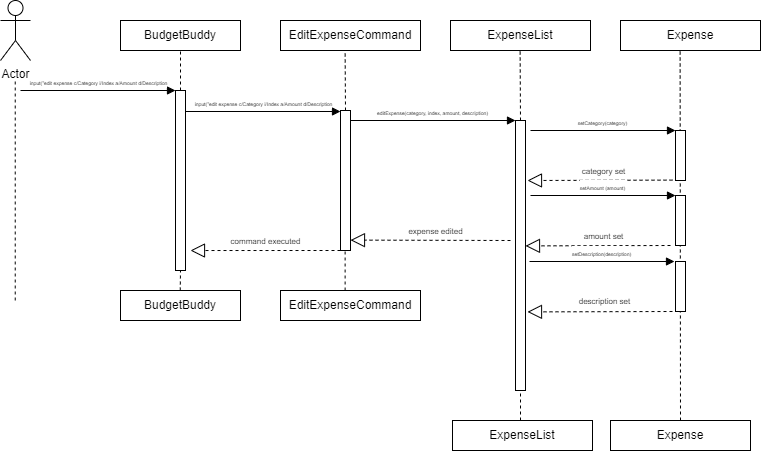
Before: docs/diagrams/EditExpenseDiagram.drawio.png, a diagram exported from draw.io (jasraa/tp). Source tidied: cells renumbered, new cells last; positions are measured from the earlier drawing's top-left corner, leaving out a move shared by most shapes. Its diagram source:
```xml
<mxGraphModel>
  <root>
    <mxCell id="0" />
    <mxCell id="1" parent="0" />
    <mxCell id="2" style="endArrow=none;dashed=1;html=1;rounded=0;exitX=0.5;exitY=0;exitDx=0;exitDy=0;" parent="1" edge="1" source="28">
      <mxGeometry relative="1" as="geometry">
        <mxPoint x="679.6" y="50" as="targetPoint" />
      </mxGeometry>
    </mxCell>
    <mxCell id="3" value="Actor" style="shape=umlActor;verticalLabelPosition=bottom;verticalAlign=top;html=1;" parent="1" vertex="1">
      <mxGeometry width="30" height="60" as="geometry" />
    </mxCell>
    <mxCell id="4" value="BudgetBuddy" style="rounded=0;whiteSpace=wrap;html=1;" parent="1" vertex="1">
      <mxGeometry x="120" y="20" width="120" height="30" as="geometry" />
    </mxCell>
    <mxCell id="5" value="&lt;font style=&quot;font-size: 5px;&quot;&gt;input(&quot;edit expense c/Category i/Index a/Amount d/Description&lt;/font&gt;" style="html=1;verticalAlign=bottom;endArrow=block;curved=0;rounded=0;" parent="1" edge="1">
      <mxGeometry relative="1" as="geometry">
        <mxPoint x="20" y="90" as="sourcePoint" />
        <mxPoint x="175" y="90" as="targetPoint" />
      </mxGeometry>
    </mxCell>
    <mxCell id="6" style="endArrow=none;dashed=1;html=1;rounded=0;" parent="1" edge="1">
      <mxGeometry relative="1" as="geometry">
        <mxPoint x="14.7" y="300" as="sourcePoint" />
        <mxPoint x="14.7" y="80" as="targetPoint" />
      </mxGeometry>
    </mxCell>
    <mxCell id="7" style="endArrow=none;dashed=1;html=1;rounded=0;exitX=0.5;exitY=0;exitDx=0;exitDy=0;" parent="1" edge="1" source="8">
      <mxGeometry relative="1" as="geometry">
        <mxPoint x="180" y="50" as="targetPoint" />
      </mxGeometry>
    </mxCell>
    <mxCell id="8" style="rounded=0;whiteSpace=wrap;html=1;" parent="1" vertex="1">
      <mxGeometry x="175" y="90" width="10" height="180" as="geometry" />
    </mxCell>
    <mxCell id="9" style="endArrow=none;dashed=1;html=1;rounded=0;" parent="1" edge="1">
      <mxGeometry relative="1" as="geometry">
        <mxPoint x="179.7" y="290" as="sourcePoint" />
        <mxPoint x="180" y="270" as="targetPoint" />
      </mxGeometry>
    </mxCell>
    <mxCell id="10" value="BudgetBuddy" style="rounded=0;whiteSpace=wrap;html=1;" parent="1" vertex="1">
      <mxGeometry x="120" y="290" width="120" height="30" as="geometry" />
    </mxCell>
    <mxCell id="11" value="EditExpenseCommand" style="rounded=0;whiteSpace=wrap;html=1;" parent="1" vertex="1">
      <mxGeometry x="280" y="20" width="140" height="30" as="geometry" />
    </mxCell>
    <mxCell id="12" value="EditExpenseCommand" style="rounded=0;whiteSpace=wrap;html=1;" parent="1" vertex="1">
      <mxGeometry x="280" y="290" width="140" height="30" as="geometry" />
    </mxCell>
    <mxCell id="13" style="rounded=0;whiteSpace=wrap;html=1;" parent="1" vertex="1">
      <mxGeometry x="340" y="110" width="10" height="140" as="geometry" />
    </mxCell>
    <mxCell id="14" value="&lt;font style=&quot;font-size: 5px;&quot;&gt;input(&quot;edit expense c/Category i/Index a/Amount d/Description&lt;/font&gt;" style="html=1;verticalAlign=bottom;endArrow=block;curved=0;rounded=0;" parent="1" edge="1">
      <mxGeometry relative="1" as="geometry">
        <mxPoint x="185" y="111" as="sourcePoint" />
        <mxPoint x="340" y="111" as="targetPoint" />
      </mxGeometry>
    </mxCell>
    <mxCell id="15" style="endArrow=block;dashed=1;endFill=0;endSize=12;html=1;rounded=0;exitX=0;exitY=1;exitDx=0;exitDy=0;entryX=1.5;entryY=0.889;entryDx=0;entryDy=0;entryPerimeter=0;" parent="1" edge="1" source="13" target="8">
      <mxGeometry relative="1" as="geometry" />
    </mxCell>
    <mxCell id="16" value="&lt;font style=&quot;font-size: 8px;&quot;&gt;command executed&lt;/font&gt;" style="text;html=1;align=center;verticalAlign=middle;strokeColor=none;fillColor=none;" parent="1" vertex="1">
      <mxGeometry x="220" y="225" width="90" height="30" as="geometry" />
    </mxCell>
    <mxCell id="17" style="endArrow=none;dashed=1;html=1;rounded=0;exitX=0.5;exitY=0;exitDx=0;exitDy=0;" parent="1" edge="1" source="13">
      <mxGeometry relative="1" as="geometry">
        <mxPoint x="344.6" y="50" as="targetPoint" />
      </mxGeometry>
    </mxCell>
    <mxCell id="18" style="endArrow=none;dashed=1;html=1;rounded=0;exitX=0.5;exitY=0;exitDx=0;exitDy=0;" parent="1" edge="1">
      <mxGeometry relative="1" as="geometry">
        <mxPoint x="344.6" y="290" as="sourcePoint" />
        <mxPoint x="344.6" y="250" as="targetPoint" />
      </mxGeometry>
    </mxCell>
    <mxCell id="19" value="ExpenseList" style="rounded=0;whiteSpace=wrap;html=1;" parent="1" vertex="1">
      <mxGeometry x="450" y="20" width="140" height="30" as="geometry" />
    </mxCell>
    <mxCell id="20" value="ExpenseList" style="rounded=0;whiteSpace=wrap;html=1;" parent="1" vertex="1">
      <mxGeometry x="452" y="420" width="140" height="30" as="geometry" />
    </mxCell>
    <mxCell id="21" style="rounded=0;whiteSpace=wrap;html=1;" parent="1" vertex="1">
      <mxGeometry x="515" y="120" width="10" height="270" as="geometry" />
    </mxCell>
    <mxCell id="22" style="endArrow=none;dashed=1;html=1;rounded=0;exitX=0.5;exitY=0;exitDx=0;exitDy=0;" parent="1" edge="1" source="21">
      <mxGeometry relative="1" as="geometry">
        <mxPoint x="519.6" y="50" as="targetPoint" />
      </mxGeometry>
    </mxCell>
    <mxCell id="23" style="endArrow=none;dashed=1;html=1;rounded=0;exitX=0.5;exitY=0;exitDx=0;exitDy=0;" parent="1" edge="1">
      <mxGeometry relative="1" as="geometry">
        <mxPoint x="520" y="420" as="sourcePoint" />
        <mxPoint x="520" y="390" as="targetPoint" />
      </mxGeometry>
    </mxCell>
    <mxCell id="24" value="&lt;font style=&quot;font-size: 5px;&quot;&gt;editExpense(category, index, amount, description)&lt;/font&gt;" style="html=1;verticalAlign=bottom;endArrow=block;curved=0;rounded=0;" parent="1" edge="1">
      <mxGeometry relative="1" as="geometry">
        <mxPoint x="350" y="120" as="sourcePoint" />
        <mxPoint x="515" y="120" as="targetPoint" />
      </mxGeometry>
    </mxCell>
    <mxCell id="25" style="endArrow=block;dashed=1;endFill=0;endSize=12;html=1;rounded=0;entryX=1.5;entryY=0.889;entryDx=0;entryDy=0;entryPerimeter=0;" parent="1" edge="1">
      <mxGeometry relative="1" as="geometry">
        <mxPoint x="510" y="240" as="sourcePoint" />
        <mxPoint x="350" y="239.6" as="targetPoint" />
      </mxGeometry>
    </mxCell>
    <mxCell id="26" value="&lt;font style=&quot;font-size: 8px;&quot;&gt;expense edited&lt;/font&gt;" style="text;html=1;align=center;verticalAlign=middle;strokeColor=none;fillColor=none;" parent="1" vertex="1">
      <mxGeometry x="395" y="215" width="80" height="30" as="geometry" />
    </mxCell>
    <mxCell id="27" value="Expense" style="rounded=0;whiteSpace=wrap;html=1;" parent="1" vertex="1">
      <mxGeometry x="620" y="20" width="140" height="30" as="geometry" />
    </mxCell>
    <mxCell id="28" value="Expense" style="rounded=0;whiteSpace=wrap;html=1;" parent="1" vertex="1">
      <mxGeometry x="610" y="420" width="140" height="30" as="geometry" />
    </mxCell>
    <mxCell id="29" style="rounded=0;whiteSpace=wrap;html=1;" parent="1" vertex="1">
      <mxGeometry x="675" y="130" width="10" height="50" as="geometry" />
    </mxCell>
    <mxCell id="30" style="rounded=0;whiteSpace=wrap;html=1;" parent="1" vertex="1">
      <mxGeometry x="675" y="195" width="10" height="50" as="geometry" />
    </mxCell>
    <mxCell id="31" style="rounded=0;whiteSpace=wrap;html=1;" parent="1" vertex="1">
      <mxGeometry x="675" y="261" width="10" height="50" as="geometry" />
    </mxCell>
    <mxCell id="32" value="&lt;font style=&quot;font-size: 5px;&quot;&gt;setCategory(category)&lt;/font&gt;" style="html=1;verticalAlign=bottom;endArrow=block;curved=0;rounded=0;entryX=0;entryY=0;entryDx=0;entryDy=0;" parent="1" edge="1" target="29">
      <mxGeometry relative="1" as="geometry">
        <mxPoint x="530" y="130" as="sourcePoint" />
      </mxGeometry>
    </mxCell>
    <mxCell id="33" style="endArrow=block;dashed=1;endFill=0;endSize=12;html=1;rounded=0;" parent="1" edge="1">
      <mxGeometry relative="1" as="geometry">
        <mxPoint x="672" y="179.6" as="sourcePoint" />
        <mxPoint x="527" y="180" as="targetPoint" />
      </mxGeometry>
    </mxCell>
    <mxCell id="34" value="&lt;font style=&quot;font-size: 8px;&quot;&gt;category set&lt;/font&gt;" style="text;html=1;align=center;verticalAlign=middle;strokeColor=none;fillColor=none;" parent="1" vertex="1">
      <mxGeometry x="568" y="155" width="70" height="30" as="geometry" />
    </mxCell>
    <mxCell id="35" value="&lt;font style=&quot;font-size: 5px;&quot;&gt;setAmount (amount)&lt;/font&gt;" style="html=1;verticalAlign=bottom;endArrow=block;curved=0;rounded=0;entryX=0;entryY=0;entryDx=0;entryDy=0;" parent="1" edge="1">
      <mxGeometry relative="1" as="geometry">
        <mxPoint x="530" y="195" as="sourcePoint" />
        <mxPoint x="675" y="195" as="targetPoint" />
      </mxGeometry>
    </mxCell>
    <mxCell id="36" style="endArrow=block;dashed=1;endFill=0;endSize=12;html=1;rounded=0;" parent="1" edge="1">
      <mxGeometry relative="1" as="geometry">
        <mxPoint x="670" y="245" as="sourcePoint" />
        <mxPoint x="525" y="245.4" as="targetPoint" />
      </mxGeometry>
    </mxCell>
    <mxCell id="37" value="&lt;font style=&quot;font-size: 8px;&quot;&gt;amount set&lt;/font&gt;" style="text;html=1;align=center;verticalAlign=middle;strokeColor=none;fillColor=none;" parent="1" vertex="1">
      <mxGeometry x="573" y="220" width="60" height="30" as="geometry" />
    </mxCell>
    <mxCell id="38" value="&lt;font style=&quot;font-size: 5px;&quot;&gt;setDescription(description)&lt;/font&gt;" style="html=1;verticalAlign=bottom;endArrow=block;curved=0;rounded=0;entryX=0;entryY=0;entryDx=0;entryDy=0;" parent="1" edge="1">
      <mxGeometry relative="1" as="geometry">
        <mxPoint x="529" y="261" as="sourcePoint" />
        <mxPoint x="674" y="261" as="targetPoint" />
      </mxGeometry>
    </mxCell>
    <mxCell id="39" style="endArrow=block;dashed=1;endFill=0;endSize=12;html=1;rounded=0;" parent="1" edge="1">
      <mxGeometry relative="1" as="geometry">
        <mxPoint x="672" y="311" as="sourcePoint" />
        <mxPoint x="527" y="311.4" as="targetPoint" />
      </mxGeometry>
    </mxCell>
    <mxCell id="40" value="&lt;font style=&quot;font-size: 8px;&quot;&gt;description set&lt;/font&gt;" style="text;html=1;align=center;verticalAlign=middle;strokeColor=none;fillColor=none;" parent="1" vertex="1">
      <mxGeometry x="564" y="285" width="80" height="30" as="geometry" />
    </mxCell>
  </root>
</mxGraphModel>
```
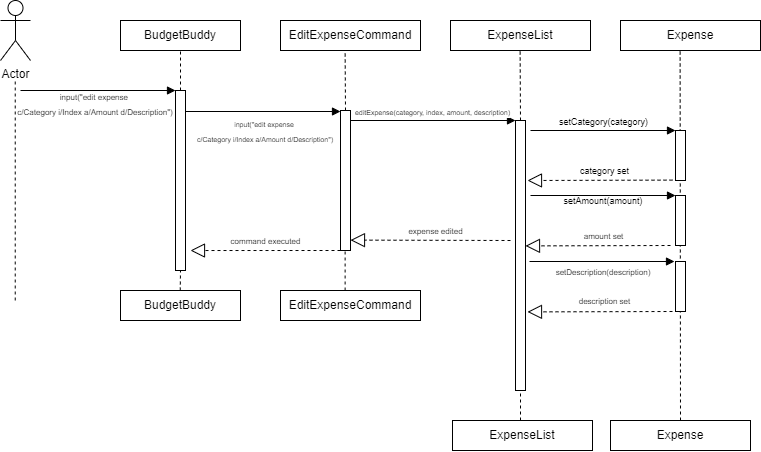
Above is the later version.

What changed in the source:
```diff
@@ -13,8 +13,8 @@
     <mxCell id="4" value="BudgetBuddy" style="rounded=0;whiteSpace=wrap;html=1;" parent="1" vertex="1">
       <mxGeometry x="120" y="20" width="120" height="30" as="geometry" />
     </mxCell>
-    <mxCell id="5" value="&lt;font style=&quot;font-size: 5px;&quot;&gt;input(&quot;edit expense c/Category i/Index a/Amount d/Description&lt;/font&gt;" style="html=1;verticalAlign=bottom;endArrow=block;curved=0;rounded=0;" parent="1" edge="1">
-      <mxGeometry relative="1" as="geometry">
+    <mxCell id="5" style="html=1;verticalAlign=bottom;endArrow=block;curved=0;rounded=0;fontSize=8;" parent="1" edge="1">
+      <mxGeometry x="0.55" relative="1" as="geometry">
         <mxPoint x="20" y="90" as="sourcePoint" />
         <mxPoint x="175" y="90" as="targetPoint" />
       </mxGeometry>
@@ -51,7 +51,7 @@
     <mxCell id="13" style="rounded=0;whiteSpace=wrap;html=1;" parent="1" vertex="1">
       <mxGeometry x="340" y="110" width="10" height="140" as="geometry" />
     </mxCell>
-    <mxCell id="14" value="&lt;font style=&quot;font-size: 5px;&quot;&gt;input(&quot;edit expense c/Category i/Index a/Amount d/Description&lt;/font&gt;" style="html=1;verticalAlign=bottom;endArrow=block;curved=0;rounded=0;" parent="1" edge="1">
+    <mxCell id="14" style="html=1;verticalAlign=bottom;endArrow=block;curved=0;rounded=0;" parent="1" edge="1">
       <mxGeometry relative="1" as="geometry">
         <mxPoint x="185" y="111" as="sourcePoint" />
         <mxPoint x="340" y="111" as="targetPoint" />
@@ -94,7 +94,7 @@
         <mxPoint x="520" y="390" as="targetPoint" />
       </mxGeometry>
     </mxCell>
-    <mxCell id="24" value="&lt;font style=&quot;font-size: 5px;&quot;&gt;editExpense(category, index, amount, description)&lt;/font&gt;" style="html=1;verticalAlign=bottom;endArrow=block;curved=0;rounded=0;" parent="1" edge="1">
+    <mxCell id="24" value="&lt;font style=&quot;font-size: 7px;&quot;&gt;editExpense(category, index, amount, description)&lt;/font&gt;" style="html=1;verticalAlign=bottom;endArrow=block;curved=0;rounded=0;" parent="1" edge="1">
       <mxGeometry relative="1" as="geometry">
         <mxPoint x="350" y="120" as="sourcePoint" />
         <mxPoint x="515" y="120" as="targetPoint" />
@@ -124,7 +124,7 @@
     <mxCell id="31" style="rounded=0;whiteSpace=wrap;html=1;" parent="1" vertex="1">
       <mxGeometry x="675" y="261" width="10" height="50" as="geometry" />
     </mxCell>
-    <mxCell id="32" value="&lt;font style=&quot;font-size: 5px;&quot;&gt;setCategory(category)&lt;/font&gt;" style="html=1;verticalAlign=bottom;endArrow=block;curved=0;rounded=0;entryX=0;entryY=0;entryDx=0;entryDy=0;" parent="1" edge="1" target="29">
+    <mxCell id="32" value="&lt;font style=&quot;font-size: 9px;&quot;&gt;setCategory(category)&lt;/font&gt;" style="html=1;verticalAlign=bottom;endArrow=block;curved=0;rounded=0;entryX=0;entryY=0;entryDx=0;entryDy=0;" parent="1" edge="1" target="29">
       <mxGeometry relative="1" as="geometry">
         <mxPoint x="530" y="130" as="sourcePoint" />
       </mxGeometry>
@@ -135,10 +135,10 @@
         <mxPoint x="527" y="180" as="targetPoint" />
       </mxGeometry>
     </mxCell>
-    <mxCell id="34" value="&lt;font style=&quot;font-size: 8px;&quot;&gt;category set&lt;/font&gt;" style="text;html=1;align=center;verticalAlign=middle;strokeColor=none;fillColor=none;" parent="1" vertex="1">
-      <mxGeometry x="568" y="155" width="70" height="30" as="geometry" />
+    <mxCell id="34" value="&lt;font style=&quot;font-size: 9px;&quot;&gt;category set&lt;/font&gt;" style="text;html=1;align=center;verticalAlign=middle;strokeColor=none;fillColor=none;" parent="1" vertex="1">
+      <mxGeometry x="569" y="155" width="70" height="30" as="geometry" />
     </mxCell>
-    <mxCell id="35" value="&lt;font style=&quot;font-size: 5px;&quot;&gt;setAmount (amount)&lt;/font&gt;" style="html=1;verticalAlign=bottom;endArrow=block;curved=0;rounded=0;entryX=0;entryY=0;entryDx=0;entryDy=0;" parent="1" edge="1">
+    <mxCell id="35" style="html=1;verticalAlign=bottom;endArrow=block;curved=0;rounded=0;entryX=0;entryY=0;entryDx=0;entryDy=0;" parent="1" edge="1">
       <mxGeometry relative="1" as="geometry">
         <mxPoint x="530" y="195" as="sourcePoint" />
         <mxPoint x="675" y="195" as="targetPoint" />
@@ -153,7 +153,7 @@
     <mxCell id="37" value="&lt;font style=&quot;font-size: 8px;&quot;&gt;amount set&lt;/font&gt;" style="text;html=1;align=center;verticalAlign=middle;strokeColor=none;fillColor=none;" parent="1" vertex="1">
       <mxGeometry x="573" y="220" width="60" height="30" as="geometry" />
     </mxCell>
-    <mxCell id="38" value="&lt;font style=&quot;font-size: 5px;&quot;&gt;setDescription(description)&lt;/font&gt;" style="html=1;verticalAlign=bottom;endArrow=block;curved=0;rounded=0;entryX=0;entryY=0;entryDx=0;entryDy=0;" parent="1" edge="1">
+    <mxCell id="38" style="html=1;verticalAlign=bottom;endArrow=block;curved=0;rounded=0;entryX=0;entryY=0;entryDx=0;entryDy=0;" parent="1" edge="1">
       <mxGeometry relative="1" as="geometry">
         <mxPoint x="529" y="261" as="sourcePoint" />
         <mxPoint x="674" y="261" as="targetPoint" />
@@ -168,5 +168,17 @@
     <mxCell id="40" value="&lt;font style=&quot;font-size: 8px;&quot;&gt;description set&lt;/font&gt;" style="text;html=1;align=center;verticalAlign=middle;strokeColor=none;fillColor=none;" parent="1" vertex="1">
       <mxGeometry x="564" y="285" width="80" height="30" as="geometry" />
     </mxCell>
+    <mxCell id="41" value="&lt;span style=&quot;font-size: 8px; text-wrap: nowrap; background-color: rgb(255, 255, 255);&quot;&gt;input(&quot;edit expense&amp;nbsp;&lt;/span&gt;&lt;div&gt;&lt;span style=&quot;font-size: 8px; text-wrap: nowrap; background-color: rgb(255, 255, 255);&quot;&gt;c/Category i/Index a/Amount d/Description&quot;)&lt;/span&gt;&lt;/div&gt;" style="text;html=1;align=center;verticalAlign=middle;whiteSpace=wrap;rounded=0;" parent="1" vertex="1">
+      <mxGeometry x="70" y="93" width="50" height="20" as="geometry" />
+    </mxCell>
+    <mxCell id="42" value="&lt;span style=&quot;text-wrap: nowrap;&quot;&gt;&lt;font style=&quot;font-size: 7px;&quot;&gt;input(&quot;edit expense&amp;nbsp;&lt;/font&gt;&lt;/span&gt;&lt;div&gt;&lt;span style=&quot;text-wrap: nowrap;&quot;&gt;&lt;font style=&quot;font-size: 7px;&quot;&gt;c/Category i/Index a/Amount d/Description&quot;)&lt;/font&gt;&lt;/span&gt;&lt;/div&gt;" style="text;html=1;align=center;verticalAlign=middle;whiteSpace=wrap;rounded=0;" parent="1" vertex="1">
+      <mxGeometry x="210" y="120" width="110" height="20" as="geometry" />
+    </mxCell>
+    <mxCell id="43" value="&lt;font style=&quot;font-size: 9px;&quot;&gt;setAmount(amount)&lt;/font&gt;" style="text;html=1;align=center;verticalAlign=middle;whiteSpace=wrap;rounded=0;" parent="1" vertex="1">
+      <mxGeometry x="558" y="195" width="90" height="10" as="geometry" />
+    </mxCell>
+    <mxCell id="44" value="&lt;span style=&quot;text-wrap: nowrap; background-color: rgb(255, 255, 255);&quot;&gt;&lt;font style=&quot;font-size: 8px;&quot;&gt;setDescription(description)&lt;/font&gt;&lt;/span&gt;" style="text;html=1;align=center;verticalAlign=middle;whiteSpace=wrap;rounded=0;" parent="1" vertex="1">
+      <mxGeometry x="553" y="261" width="100" height="20" as="geometry" />
+    </mxCell>
   </root>
 </mxGraphModel>
```
